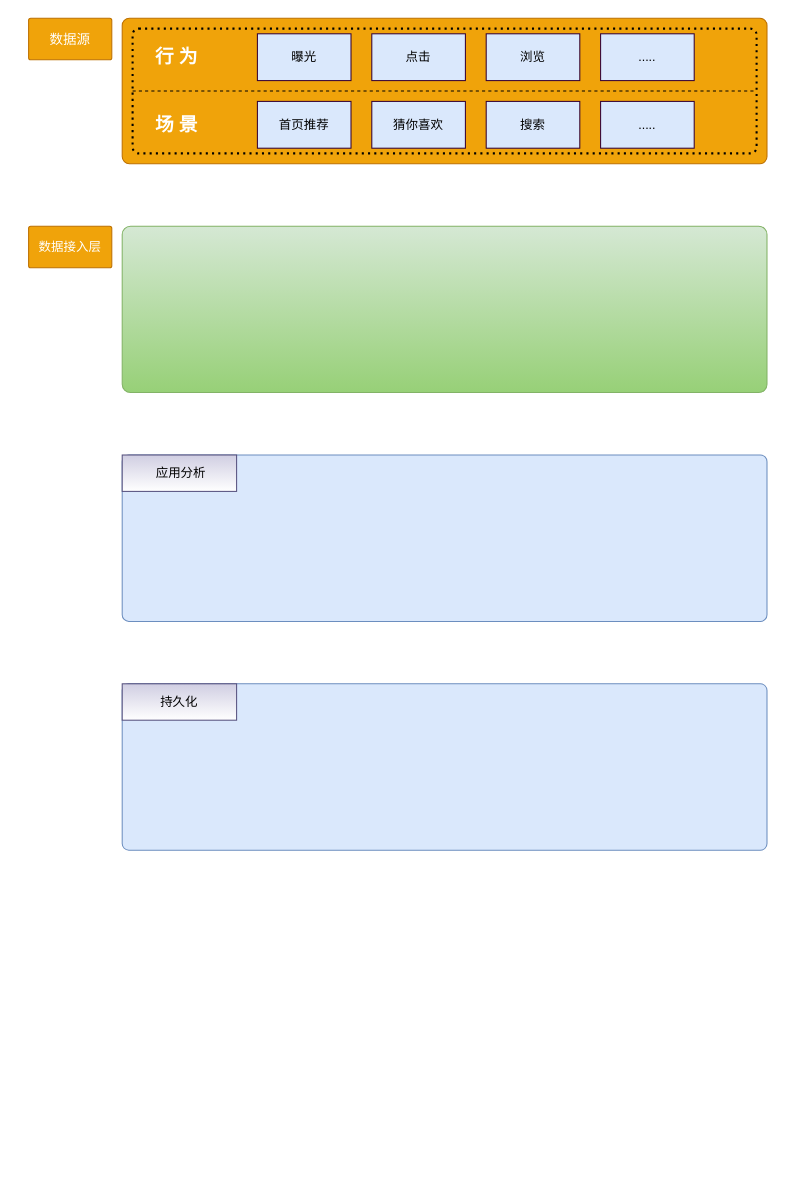
This is 全域流量中控平台_实时数仓.drawio from hustpawpaw/charts, a draw.io file, before an edit. Source tidied: cells renumbered, new cells numbered last; positions are measured from the earlier drawing's top-left corner, leaving out a move shared by most shapes. Both pictures are drawn from the tidied source at 104%, with x=0, y=0 at pixel (28, 18).
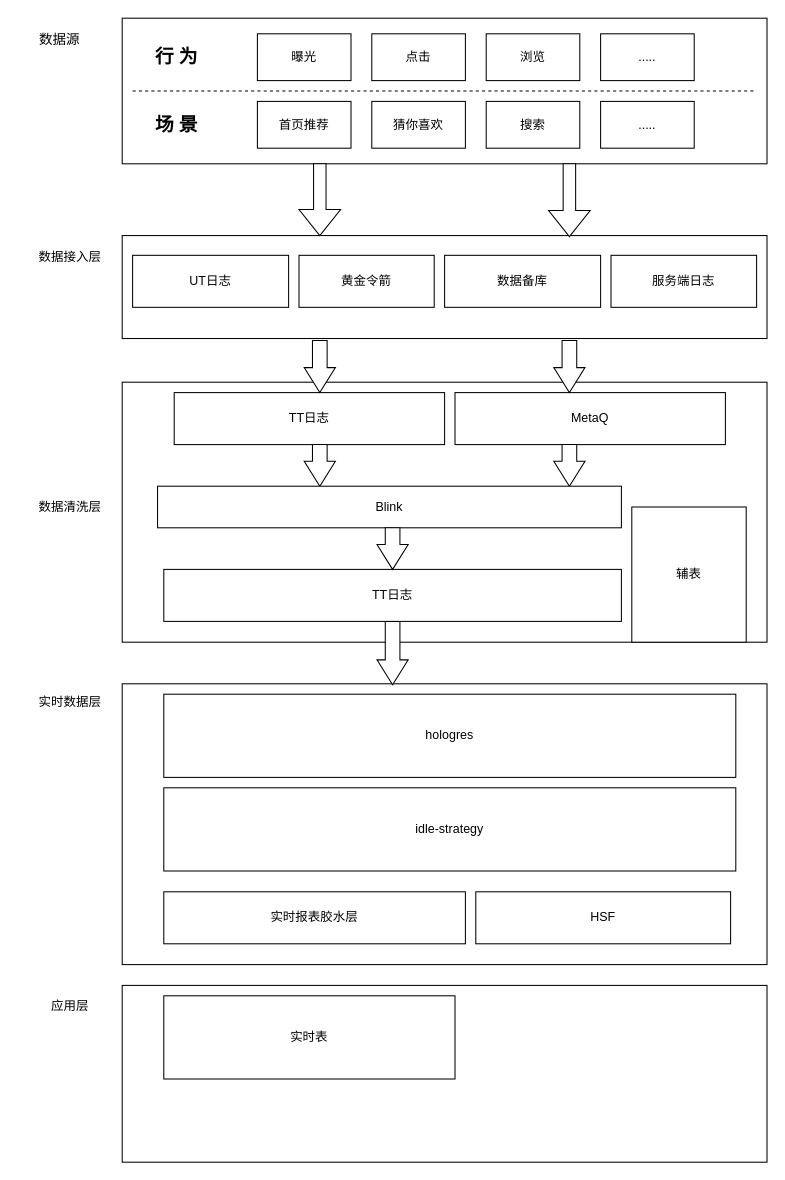
The same diagram, later.

Commit message:
Update 全域流量中控平台_实时数仓.drawio

Change to the diagram source:
```diff
@@
-    <mxCell id="2" style="rounded=1;whiteSpace=wrap;html=1;fillColor=#f0a30a;strokeColor=#BD7000;arcSize=5;fontColor=#ffffff;" parent="1" vertex="1">
+    <mxCell id="2" style="whiteSpace=wrap;html=1;arcSize=5;" parent="1" vertex="1">
       <mxGeometry x="90" width="620" height="140" as="geometry" />
     </mxCell>
-    <mxCell id="3" style="rounded=1;whiteSpace=wrap;html=1;fillColor=#dae8fc;strokeColor=#6c8ebf;arcSize=4;" parent="1" vertex="1">
-      <mxGeometry x="90" y="640" width="620" height="160" as="geometry" />
+    <mxCell id="3" style="whiteSpace=wrap;html=1;arcSize=4;" parent="1" vertex="1">
+      <mxGeometry x="90" y="640" width="620" height="270" as="geometry" />
     </mxCell>
-    <mxCell id="4" style="rounded=1;whiteSpace=wrap;html=1;" parent="1" vertex="1">
-      <mxGeometry x="320" y="276" width="120" height="60" as="geometry" />
-    </mxCell>
-    <mxCell id="5" style="rounded=1;whiteSpace=wrap;html=1;fillColor=#d5e8d4;strokeColor=#82b366;arcSize=5;gradientColor=#97d077;" parent="1" vertex="1">
-      <mxGeometry x="90" y="200" width="620" height="160" as="geometry" />
+    <mxCell id="5" style="whiteSpace=wrap;html=1;arcSize=5;" parent="1" vertex="1">
+      <mxGeometry x="90" y="209" width="620" height="99" as="geometry" />
     </mxCell>
-    <mxCell id="6" style="rounded=1;whiteSpace=wrap;html=1;arcSize=5;dashed=1;strokeWidth=2;dashPattern=1 2;fillColor=none;" parent="1" vertex="1">
-      <mxGeometry x="100" y="10" width="600" height="120" as="geometry" />
-    </mxCell>
-    <mxCell id="7" value="持久化" style="rounded=1;whiteSpace=wrap;html=1;fillColor=#d0cee2;strokeColor=#56517e;arcSize=0;gradientColor=#ffffff;" parent="1" vertex="1">
-      <mxGeometry x="90" y="640" width="110" height="35" as="geometry" />
-    </mxCell>
-    <mxCell id="8" style="rounded=1;whiteSpace=wrap;html=1;fillColor=#dae8fc;strokeColor=#6c8ebf;arcSize=4;" parent="1" vertex="1">
-      <mxGeometry x="90" y="420" width="620" height="160" as="geometry" />
+    <mxCell id="8" style="whiteSpace=wrap;html=1;arcSize=4;" parent="1" vertex="1">
+      <mxGeometry x="90" y="350" width="620" height="250" as="geometry" />
     </mxCell>
-    <mxCell id="9" value="&amp;nbsp;应用分析" style="rounded=1;whiteSpace=wrap;html=1;fillColor=#d0cee2;strokeColor=#56517e;arcSize=0;gradientColor=#ffffff;" parent="1" vertex="1">
-      <mxGeometry x="90" y="420" width="110" height="35" as="geometry" />
-    </mxCell>
-    <mxCell id="10" value="曝光" style="shape=ext;double=0;rounded=0;whiteSpace=wrap;html=1;fillColor=#dae8fc;strokeColor=#330033;shadow=0;strokeWidth=1;" parent="1" vertex="1">
+    <mxCell id="10" value="曝光" style="shape=ext;double=0;whiteSpace=wrap;html=1;shadow=0;strokeWidth=1;" parent="1" vertex="1">
       <mxGeometry x="220" y="15" width="90" height="45" as="geometry" />
     </mxCell>
-    <mxCell id="11" value="点击" style="shape=ext;double=0;rounded=0;whiteSpace=wrap;html=1;fillColor=#dae8fc;strokeColor=#330033;shadow=0;strokeWidth=1;" parent="1" vertex="1">
+    <mxCell id="11" value="点击" style="shape=ext;double=0;whiteSpace=wrap;html=1;shadow=0;strokeWidth=1;" parent="1" vertex="1">
       <mxGeometry x="330" y="15" width="90" height="45" as="geometry" />
     </mxCell>
-    <mxCell id="12" value="浏览" style="shape=ext;double=0;rounded=0;whiteSpace=wrap;html=1;fillColor=#dae8fc;strokeColor=#330033;shadow=0;strokeWidth=1;" parent="1" vertex="1">
+    <mxCell id="12" value="浏览" style="shape=ext;double=0;whiteSpace=wrap;html=1;shadow=0;strokeWidth=1;" parent="1" vertex="1">
       <mxGeometry x="440" y="15" width="90" height="45" as="geometry" />
     </mxCell>
-    <mxCell id="13" value="....." style="shape=ext;double=0;rounded=0;whiteSpace=wrap;html=1;fillColor=#dae8fc;strokeColor=#330033;shadow=0;strokeWidth=1;" parent="1" vertex="1">
+    <mxCell id="13" value="....." style="shape=ext;double=0;whiteSpace=wrap;html=1;shadow=0;strokeWidth=1;" parent="1" vertex="1">
       <mxGeometry x="550" y="15" width="90" height="45" as="geometry" />
     </mxCell>
-    <mxCell id="14" style="endArrow=none;dashed=1;html=1;entryX=1;entryY=0.5;entryDx=0;entryDy=0;exitX=0;exitY=0.5;exitDx=0;exitDy=0;" parent="1" edge="1" source="6" target="6">
-      <mxGeometry relative="1" as="geometry" />
+    <mxCell id="14" style="endArrow=none;dashed=1;html=1;entryX=1;entryY=0.5;entryDx=0;entryDy=0;exitX=0;exitY=0.5;exitDx=0;exitDy=0;" parent="1" edge="1">
+      <mxGeometry relative="1" as="geometry">
+        <mxPoint x="100" y="70" as="sourcePoint" />
+        <mxPoint x="700" y="70" as="targetPoint" />
+      </mxGeometry>
     </mxCell>
-    <mxCell id="15" value="....." style="shape=ext;double=0;rounded=0;whiteSpace=wrap;html=1;fillColor=#dae8fc;shadow=0;strokeWidth=1;strokeColor=#330033;" parent="1" vertex="1">
+    <mxCell id="15" value="....." style="shape=ext;double=0;whiteSpace=wrap;html=1;shadow=0;strokeWidth=1;" parent="1" vertex="1">
       <mxGeometry x="550" y="80" width="90" height="45" as="geometry" />
     </mxCell>
-    <mxCell id="16" value="首页推荐" style="shape=ext;double=0;rounded=0;whiteSpace=wrap;html=1;fillColor=#dae8fc;strokeColor=#330033;shadow=0;strokeWidth=1;" parent="1" vertex="1">
+    <mxCell id="16" value="首页推荐" style="shape=ext;double=0;whiteSpace=wrap;html=1;shadow=0;strokeWidth=1;" parent="1" vertex="1">
       <mxGeometry x="220" y="80" width="90" height="45" as="geometry" />
     </mxCell>
-    <mxCell id="17" value="猜你喜欢" style="shape=ext;double=0;rounded=0;whiteSpace=wrap;html=1;fillColor=#dae8fc;strokeColor=#330033;shadow=0;strokeWidth=1;" parent="1" vertex="1">
+    <mxCell id="17" value="猜你喜欢" style="shape=ext;double=0;whiteSpace=wrap;html=1;shadow=0;strokeWidth=1;" parent="1" vertex="1">
       <mxGeometry x="330" y="80" width="90" height="45" as="geometry" />
     </mxCell>
-    <mxCell id="18" value="搜索" style="shape=ext;double=0;rounded=0;whiteSpace=wrap;html=1;fillColor=#dae8fc;strokeColor=#330033;shadow=0;strokeWidth=1;" parent="1" vertex="1">
+    <mxCell id="18" value="搜索" style="shape=ext;double=0;whiteSpace=wrap;html=1;shadow=0;strokeWidth=1;" parent="1" vertex="1">
       <mxGeometry x="440" y="80" width="90" height="45" as="geometry" />
     </mxCell>
-    <mxCell id="19" value="&lt;h2&gt;行 为&lt;/h2&gt;" style="text;html=1;align=center;verticalAlign=middle;whiteSpace=wrap;rounded=0;shadow=0;imageAspect=1;fontColor=#FFFFFF;" parent="1" vertex="1">
+    <mxCell id="19" value="&lt;h2&gt;行 为&lt;/h2&gt;" style="text;html=1;align=center;verticalAlign=middle;whiteSpace=wrap;shadow=0;imageAspect=1;" parent="1" vertex="1">
       <mxGeometry x="115" y="28" width="55" height="20" as="geometry" />
     </mxCell>
-    <mxCell id="20" value="&lt;h2&gt;场 景&lt;/h2&gt;" style="text;html=1;align=center;verticalAlign=middle;whiteSpace=wrap;rounded=0;shadow=0;fontColor=#FFFFFF;" parent="1" vertex="1">
+    <mxCell id="20" value="&lt;h2&gt;场 景&lt;/h2&gt;" style="text;html=1;align=center;verticalAlign=middle;whiteSpace=wrap;shadow=0;" parent="1" vertex="1">
       <mxGeometry x="115" y="92.5" width="55" height="20" as="geometry" />
     </mxCell>
-    <mxCell id="21" value="&lt;h2 style=&quot;font-size: 13px&quot;&gt;&lt;span style=&quot;font-weight: normal&quot;&gt;数据源&lt;/span&gt;&lt;/h2&gt;" style="text;html=1;align=center;verticalAlign=middle;whiteSpace=wrap;rounded=1;imageAspect=1;strokeColor=#BD7000;fontSize=12;fillColor=#f0a30a;fontColor=#ffffff;arcSize=5;" parent="1" vertex="1">
-      <mxGeometry width="80" height="40" as="geometry" />
+    <mxCell id="21" value="&lt;h2 style=&quot;font-size: 13px&quot;&gt;&lt;span style=&quot;font-weight: normal&quot;&gt;数据源&lt;/span&gt;&lt;/h2&gt;" style="text;html=1;align=center;verticalAlign=middle;whiteSpace=wrap;imageAspect=1;fontSize=12;arcSize=5;" parent="1" vertex="1">
+      <mxGeometry x="-10" width="80" height="40" as="geometry" />
     </mxCell>
-    <mxCell id="22" value="数据接入层" style="text;html=1;align=center;verticalAlign=middle;whiteSpace=wrap;rounded=1;imageAspect=1;fillColor=#f0a30a;strokeColor=#BD7000;fontSize=12;fontColor=#ffffff;arcSize=5;" parent="1" vertex="1">
-      <mxGeometry y="200" width="80" height="40" as="geometry" />
+    <mxCell id="22" value="数据接入层" style="text;html=1;align=center;verticalAlign=middle;whiteSpace=wrap;imageAspect=1;fontSize=12;arcSize=5;" parent="1" vertex="1">
+      <mxGeometry y="210" width="80" height="40" as="geometry" />
     </mxCell>
+    <mxCell id="23" style="html=1;shadow=0;dashed=0;align=center;verticalAlign=middle;shape=mxgraph.arrows2.arrow;dy=0.7;dx=25;direction=south;notch=0;strokeWidth=1;" parent="1" vertex="1">
+      <mxGeometry x="500" y="140" width="40" height="70" as="geometry" />
+    </mxCell>
+    <mxCell id="24" value="TT日志" style="whiteSpace=wrap;html=1;arcSize=5;" parent="1" vertex="1">
+      <mxGeometry x="140" y="360" width="260" height="50" as="geometry" />
+    </mxCell>
+    <mxCell id="25" value="MetaQ" style="whiteSpace=wrap;html=1;arcSize=5;" parent="1" vertex="1">
+      <mxGeometry x="410" y="360" width="260" height="50" as="geometry" />
+    </mxCell>
+    <mxCell id="26" value="UT日志" style="whiteSpace=wrap;html=1;arcSize=5;" parent="1" vertex="1">
+      <mxGeometry x="100" y="228" width="150" height="50" as="geometry" />
+    </mxCell>
+    <mxCell id="27" value="黄金令箭" style="whiteSpace=wrap;html=1;arcSize=5;" parent="1" vertex="1">
+      <mxGeometry x="260" y="228" width="130" height="50" as="geometry" />
+    </mxCell>
+    <mxCell id="28" value="数据备库" style="whiteSpace=wrap;html=1;arcSize=5;" parent="1" vertex="1">
+      <mxGeometry x="400" y="228" width="150" height="50" as="geometry" />
+    </mxCell>
+    <mxCell id="29" value="服务端日志" style="whiteSpace=wrap;html=1;arcSize=5;" parent="1" vertex="1">
+      <mxGeometry x="560" y="228" width="140" height="50" as="geometry" />
+    </mxCell>
+    <mxCell id="30" style="html=1;shadow=0;dashed=0;align=center;verticalAlign=middle;shape=mxgraph.arrows2.arrow;dy=0.53;dx=24;direction=south;notch=0;strokeWidth=1;" parent="1" vertex="1">
+      <mxGeometry x="265" y="310" width="30" height="50" as="geometry" />
+    </mxCell>
+    <mxCell id="31" style="html=1;shadow=0;dashed=0;align=center;verticalAlign=middle;shape=mxgraph.arrows2.arrow;dy=0.53;dx=24;direction=south;notch=0;strokeWidth=1;" parent="1" vertex="1">
+      <mxGeometry x="505" y="310" width="30" height="50" as="geometry" />
+    </mxCell>
+    <mxCell id="32" style="html=1;shadow=0;dashed=0;align=center;verticalAlign=middle;shape=mxgraph.arrows2.arrow;dy=0.53;dx=24;direction=south;notch=0;strokeWidth=1;" parent="1" vertex="1">
+      <mxGeometry x="265" y="410" width="30" height="40" as="geometry" />
+    </mxCell>
+    <mxCell id="33" style="html=1;shadow=0;dashed=0;align=center;verticalAlign=middle;shape=mxgraph.arrows2.arrow;dy=0.53;dx=24;direction=south;notch=0;strokeWidth=1;" parent="1" vertex="1">
+      <mxGeometry x="505" y="410" width="30" height="40" as="geometry" />
+    </mxCell>
+    <mxCell id="34" value="数据清洗层" style="text;html=1;align=center;verticalAlign=middle;whiteSpace=wrap;imageAspect=1;fontSize=12;arcSize=5;" parent="1" vertex="1">
+      <mxGeometry y="450" width="80" height="40" as="geometry" />
+    </mxCell>
+    <mxCell id="35" value="Blink" style="whiteSpace=wrap;html=1;arcSize=5;" parent="1" vertex="1">
+      <mxGeometry x="124" y="450" width="446" height="40" as="geometry" />
+    </mxCell>
+    <mxCell id="36" value="辅表" style="whiteSpace=wrap;html=1;arcSize=5;" parent="1" vertex="1">
+      <mxGeometry x="580" y="470" width="110" height="130" as="geometry" />
+    </mxCell>
+    <mxCell id="37" value="TT日志" style="whiteSpace=wrap;html=1;arcSize=5;" parent="1" vertex="1">
+      <mxGeometry x="130" y="530" width="440" height="50" as="geometry" />
+    </mxCell>
+    <mxCell id="38" style="html=1;shadow=0;dashed=0;align=center;verticalAlign=middle;shape=mxgraph.arrows2.arrow;dy=0.53;dx=24;direction=south;notch=0;strokeWidth=1;" parent="1" vertex="1">
+      <mxGeometry x="335" y="490" width="30" height="40" as="geometry" />
+    </mxCell>
+    <mxCell id="39" value="实时数据层" style="text;html=1;align=center;verticalAlign=middle;whiteSpace=wrap;imageAspect=1;fontSize=12;arcSize=5;" parent="1" vertex="1">
+      <mxGeometry y="637.5" width="80" height="40" as="geometry" />
+    </mxCell>
+    <mxCell id="40" value="hologres" style="whiteSpace=wrap;html=1;arcSize=5;" parent="1" vertex="1">
+      <mxGeometry x="130" y="650" width="550" height="80" as="geometry" />
+    </mxCell>
+    <mxCell id="41" style="html=1;shadow=0;dashed=0;align=center;verticalAlign=middle;shape=mxgraph.arrows2.arrow;dy=0.53;dx=24;direction=south;notch=0;strokeWidth=1;" parent="1" vertex="1">
+      <mxGeometry x="335" y="580" width="30" height="61" as="geometry" />
+    </mxCell>
+    <mxCell id="42" value="idle-strategy" style="whiteSpace=wrap;html=1;arcSize=5;" parent="1" vertex="1">
+      <mxGeometry x="130" y="740" width="550" height="80" as="geometry" />
+    </mxCell>
+    <mxCell id="43" style="html=1;shadow=0;dashed=0;align=center;verticalAlign=middle;shape=mxgraph.arrows2.arrow;dy=0.7;dx=25;direction=south;notch=0;strokeWidth=1;" parent="1" vertex="1">
+      <mxGeometry x="260" y="140" width="40" height="69" as="geometry" />
+    </mxCell>
+    <mxCell id="44" value="HSF" style="whiteSpace=wrap;html=1;arcSize=5;" parent="1" vertex="1">
+      <mxGeometry x="430" y="840" width="245" height="50" as="geometry" />
+    </mxCell>
+    <mxCell id="45" value="实时报表胶水层" style="whiteSpace=wrap;html=1;arcSize=5;" parent="1" vertex="1">
+      <mxGeometry x="130" y="840" width="290" height="50" as="geometry" />
+    </mxCell>
+    <mxCell id="46" style="whiteSpace=wrap;html=1;arcSize=4;" parent="1" vertex="1">
+      <mxGeometry x="90" y="930" width="620" height="170" as="geometry" />
+    </mxCell>
+    <mxCell id="47" value="应用层" style="text;html=1;align=center;verticalAlign=middle;whiteSpace=wrap;imageAspect=1;fontSize=12;arcSize=5;" parent="1" vertex="1">
+      <mxGeometry y="930" width="80" height="40" as="geometry" />
+    </mxCell>
+    <mxCell id="48" value="实时表" style="whiteSpace=wrap;html=1;arcSize=5;" parent="1" vertex="1">
+      <mxGeometry x="130" y="940" width="280" height="80" as="geometry" />
+    </mxCell>
```
